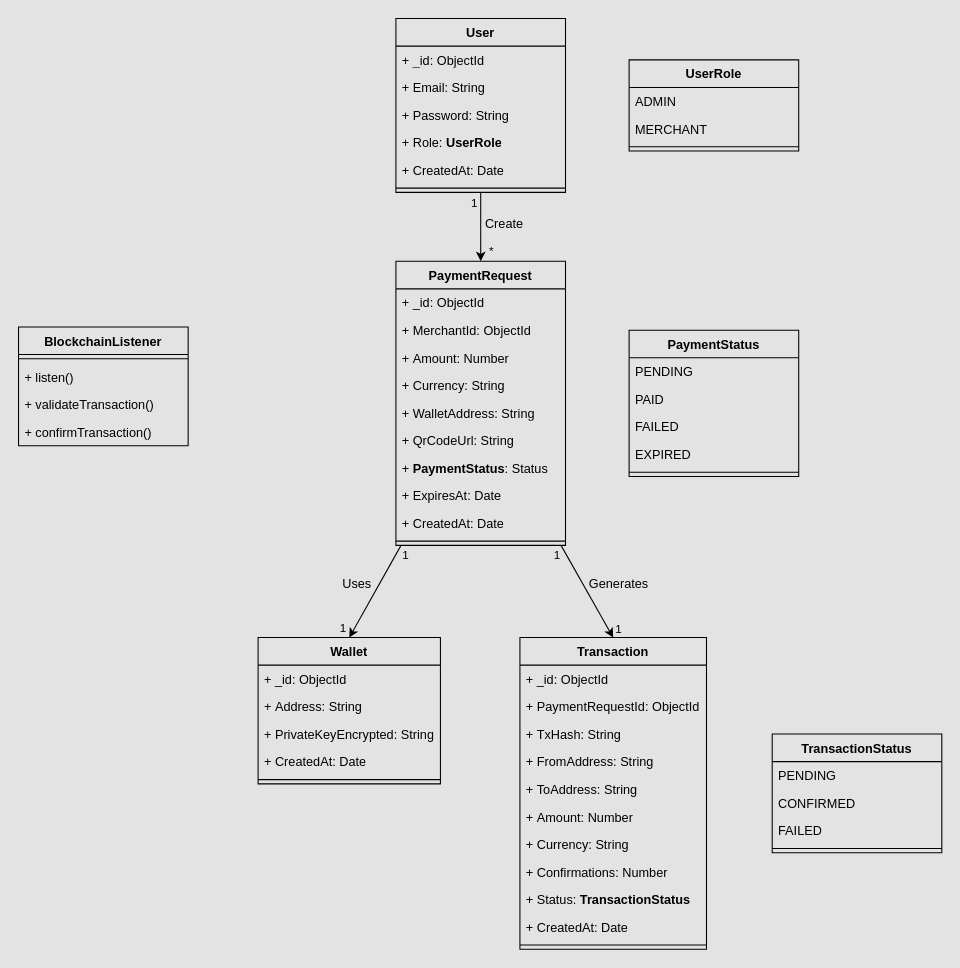
Earlier version of the draw.io diagram UML/Class_Diagram.html.drawio (YassineElHassani/BlockWarpRift). Source tidied: cells renumbered, new cells numbered last; positions are measured from the earlier drawing's top-left corner, leaving out a move shared by most shapes. Both pictures are drawn from the tidied source at 106%, with x=0, y=0 at pixel (18, 18).
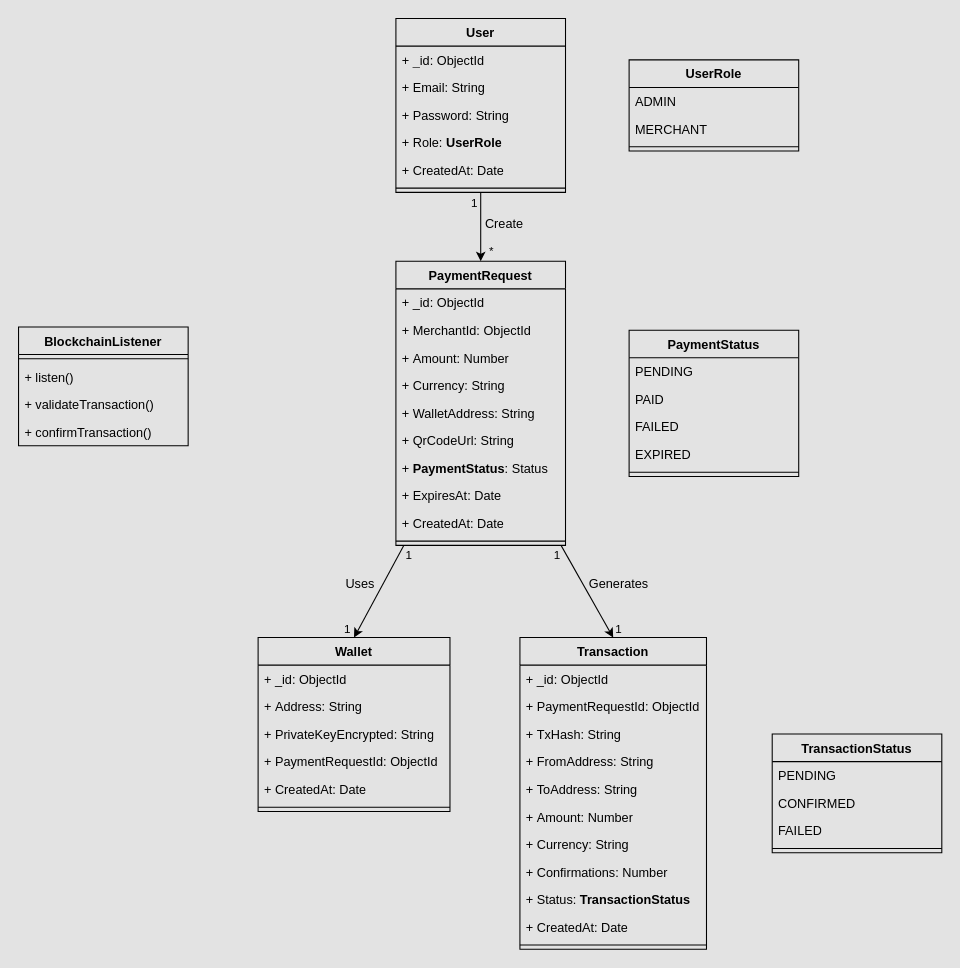
The same page after the edit.

The edit, as a diff of the source:
```diff
@@
     <mxCell id="42" value="Wallet" style="swimlane;fontStyle=1;align=center;verticalAlign=top;horizontal=1;startSize=26;whiteSpace=wrap;html=1;fillColor=none;" parent="1" vertex="1">
-      <mxGeometry x="226" y="584" width="172" height="138" as="geometry" />
+      <mxGeometry x="226" y="584" width="181" height="164" as="geometry" />
     </mxCell>
     <mxCell id="43" value="+&amp;nbsp;&lt;span style=&quot;color: rgb(0, 0, 0);&quot;&gt;_id:&amp;nbsp;&lt;/span&gt;ObjectId" style="text;strokeColor=none;fillColor=none;align=left;verticalAlign=top;spacingLeft=4;spacingRight=4;overflow=hidden;whiteSpace=wrap;html=1;" parent="42" vertex="1">
-      <mxGeometry y="26" width="172" height="26" as="geometry" />
+      <mxGeometry y="26" width="181" height="26" as="geometry" />
     </mxCell>
     <mxCell id="44" value="+&amp;nbsp;&lt;span style=&quot;color: rgb(0, 0, 0);&quot;&gt;Address:&amp;nbsp;&lt;/span&gt;String" style="text;strokeColor=none;fillColor=none;align=left;verticalAlign=top;spacingLeft=4;spacingRight=4;overflow=hidden;whiteSpace=wrap;html=1;" parent="42" vertex="1">
-      <mxGeometry y="52" width="172" height="26" as="geometry" />
+      <mxGeometry y="52" width="181" height="26" as="geometry" />
     </mxCell>
     <mxCell id="45" value="+&amp;nbsp;&lt;span style=&quot;color: rgb(0, 0, 0);&quot;&gt;PrivateKeyEncrypted:&amp;nbsp;&lt;/span&gt;String" style="text;strokeColor=none;fillColor=none;align=left;verticalAlign=top;spacingLeft=4;spacingRight=4;overflow=hidden;whiteSpace=wrap;html=1;" parent="42" vertex="1">
-      <mxGeometry y="78" width="172" height="26" as="geometry" />
+      <mxGeometry y="78" width="181" height="26" as="geometry" />
     </mxCell>
+    <mxCell id="70" value="+&amp;nbsp;&lt;span style=&quot;color: rgb(0, 0, 0);&quot;&gt;PaymentRequestId:&amp;nbsp;&lt;/span&gt;ObjectId" style="text;strokeColor=none;fillColor=none;align=left;verticalAlign=top;spacingLeft=4;spacingRight=4;overflow=hidden;whiteSpace=wrap;html=1;" parent="42" vertex="1">
+      <mxGeometry y="104" width="181" height="26" as="geometry" />
+    </mxCell>
     <mxCell id="46" value="+&amp;nbsp;&lt;span style=&quot;color: rgb(0, 0, 0);&quot;&gt;CreatedAt:&amp;nbsp;&lt;/span&gt;Date" style="text;strokeColor=none;fillColor=none;align=left;verticalAlign=top;spacingLeft=4;spacingRight=4;overflow=hidden;whiteSpace=wrap;html=1;" parent="42" vertex="1">
-      <mxGeometry y="104" width="172" height="26" as="geometry" />
+      <mxGeometry y="130" width="181" height="26" as="geometry" />
     </mxCell>
     <mxCell id="47" style="line;strokeWidth=1;fillColor=none;align=left;verticalAlign=middle;spacingTop=-1;spacingLeft=3;spacingRight=3;labelPosition=right;strokeColor=inherit;" parent="42" vertex="1">
-      <mxGeometry y="130" width="172" height="8" as="geometry" />
+      <mxGeometry y="156" width="181" height="8" as="geometry" />
     </mxCell>
```
